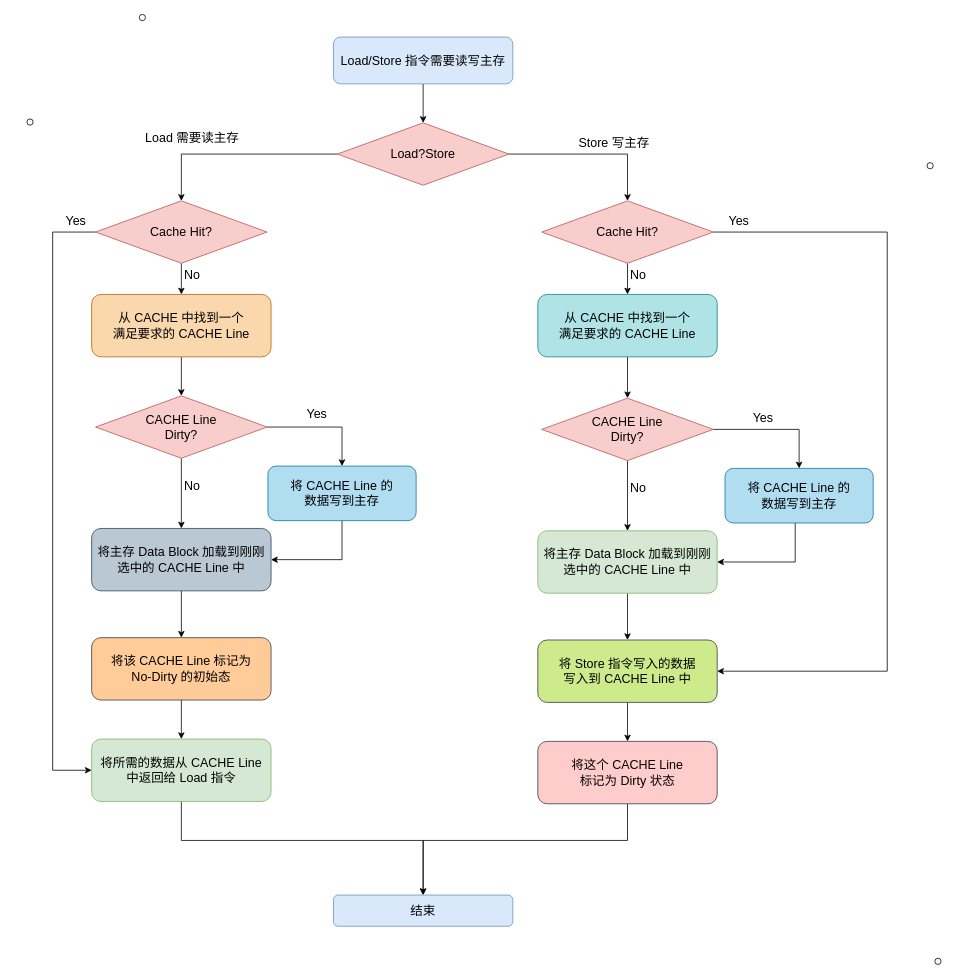
Earlier version of the draw.io diagram DrawIO/CACHE-WB.drawio (BiscuitOS/HardStack). Source tidied: cells renumbered, new cells numbered last; positions are measured from the earlier drawing's top-left corner, leaving out a move shared by most shapes. Both pictures are drawn from the tidied source at 78%, with x=0, y=0 at pixel (13, 13).
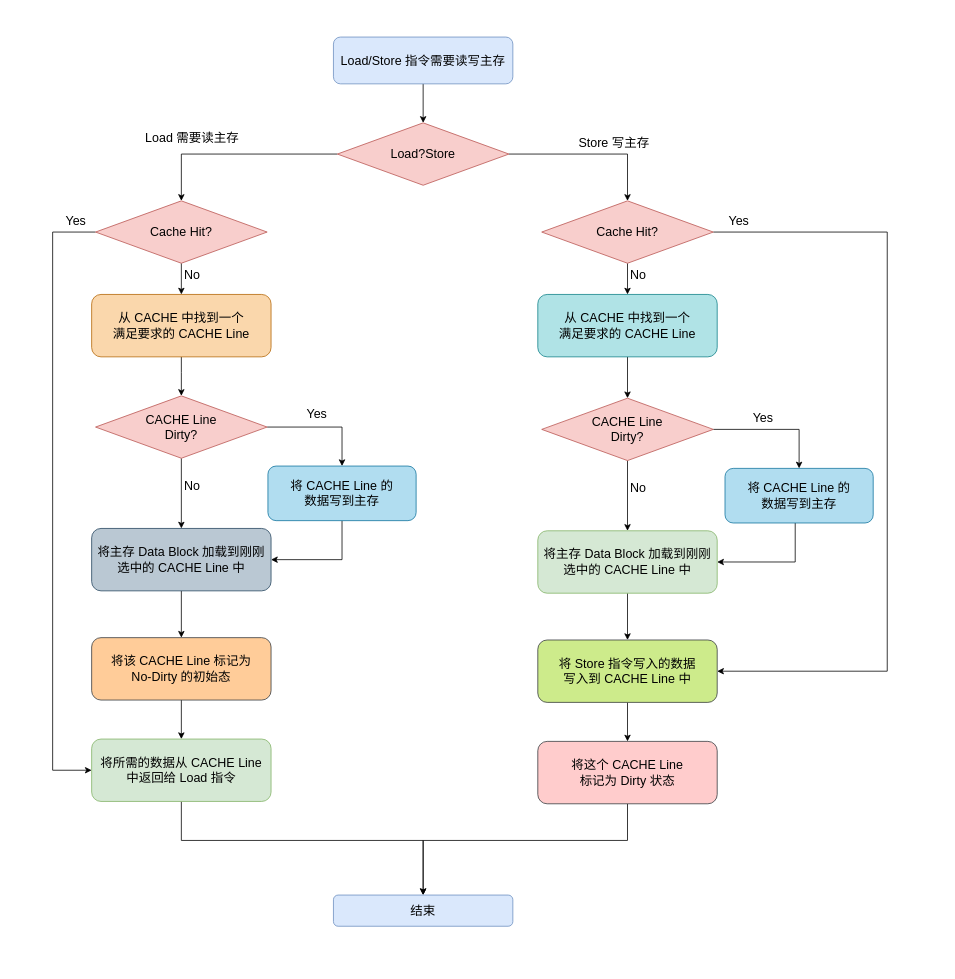
After the change.

Diff of the diagram source:
```diff
@@
-    <mxCell id="49" style="verticalLabelPosition=bottom;shadow=0;dashed=0;align=center;html=1;verticalAlign=top;shape=mxgraph.electrical.logic_gates.inverting_contact;fontSize=16;" parent="1" vertex="1">
+    <mxCell id="49" style="verticalLabelPosition=bottom;shadow=0;dashed=0;align=center;html=1;verticalAlign=top;shape=mxgraph.electrical.logic_gates.inverting_contact;fontSize=16;strokeColor=none;" parent="1" vertex="1">
       <mxGeometry x="16" y="134" width="10" height="10" as="geometry" />
     </mxCell>
-    <mxCell id="50" style="verticalLabelPosition=bottom;shadow=0;dashed=0;align=center;html=1;verticalAlign=top;shape=mxgraph.electrical.logic_gates.inverting_contact;fontSize=16;" parent="1" vertex="1">
+    <mxCell id="50" style="verticalLabelPosition=bottom;shadow=0;dashed=0;align=center;html=1;verticalAlign=top;shape=mxgraph.electrical.logic_gates.inverting_contact;fontSize=16;strokeColor=none;" parent="1" vertex="1">
       <mxGeometry x="1170" y="190" width="10" height="10" as="geometry" />
     </mxCell>
-    <mxCell id="51" style="verticalLabelPosition=bottom;shadow=0;dashed=0;align=center;html=1;verticalAlign=top;shape=mxgraph.electrical.logic_gates.inverting_contact;fontSize=16;" parent="1" vertex="1">
+    <mxCell id="51" style="verticalLabelPosition=bottom;shadow=0;dashed=0;align=center;html=1;verticalAlign=top;shape=mxgraph.electrical.logic_gates.inverting_contact;fontSize=16;strokeColor=none;" parent="1" vertex="1">
       <mxGeometry x="160" width="10" height="10" as="geometry" />
     </mxCell>
-    <mxCell id="52" style="verticalLabelPosition=bottom;shadow=0;dashed=0;align=center;html=1;verticalAlign=top;shape=mxgraph.electrical.logic_gates.inverting_contact;fontSize=16;" parent="1" vertex="1">
+    <mxCell id="52" style="verticalLabelPosition=bottom;shadow=0;dashed=0;align=center;html=1;verticalAlign=top;shape=mxgraph.electrical.logic_gates.inverting_contact;fontSize=16;strokeColor=none;" parent="1" vertex="1">
       <mxGeometry x="1180" y="1210" width="10" height="10" as="geometry" />
     </mxCell>
```
